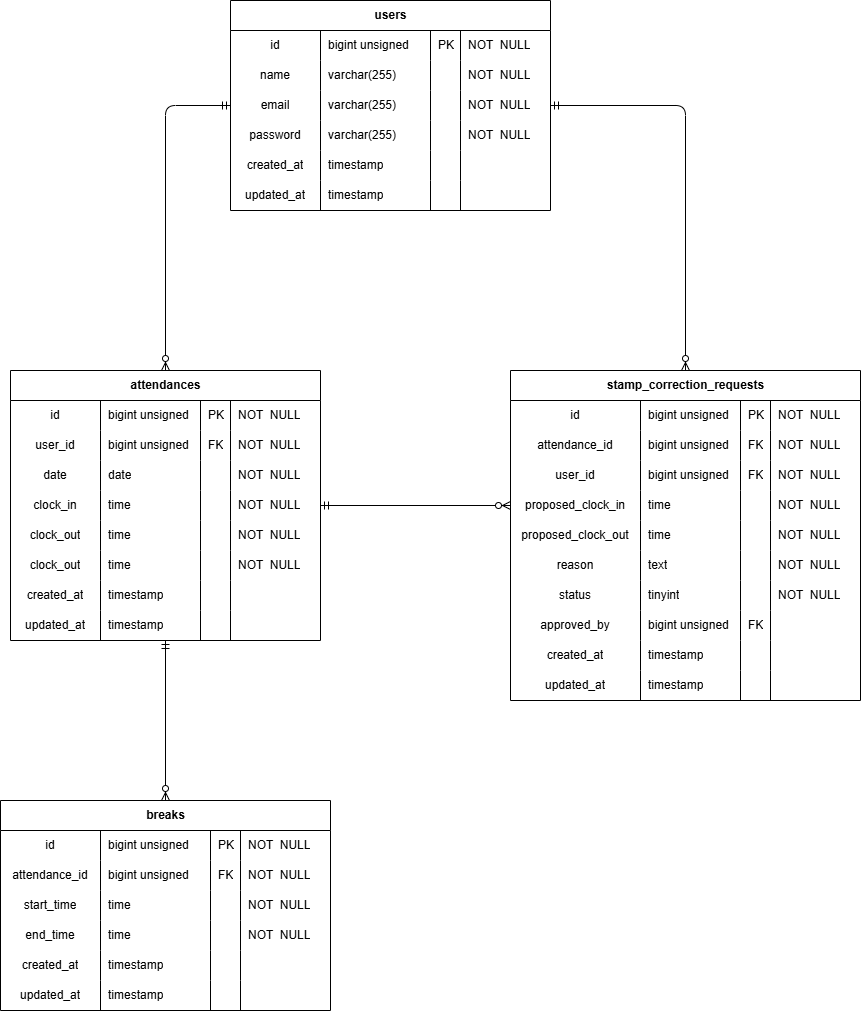
Above: .png in hatakeyamadan/attendance-app (draw.io), before the change. Source tidied: cells renumbered, new cells last; positions are measured from the earlier drawing's top-left corner, leaving out a move shared by most shapes.
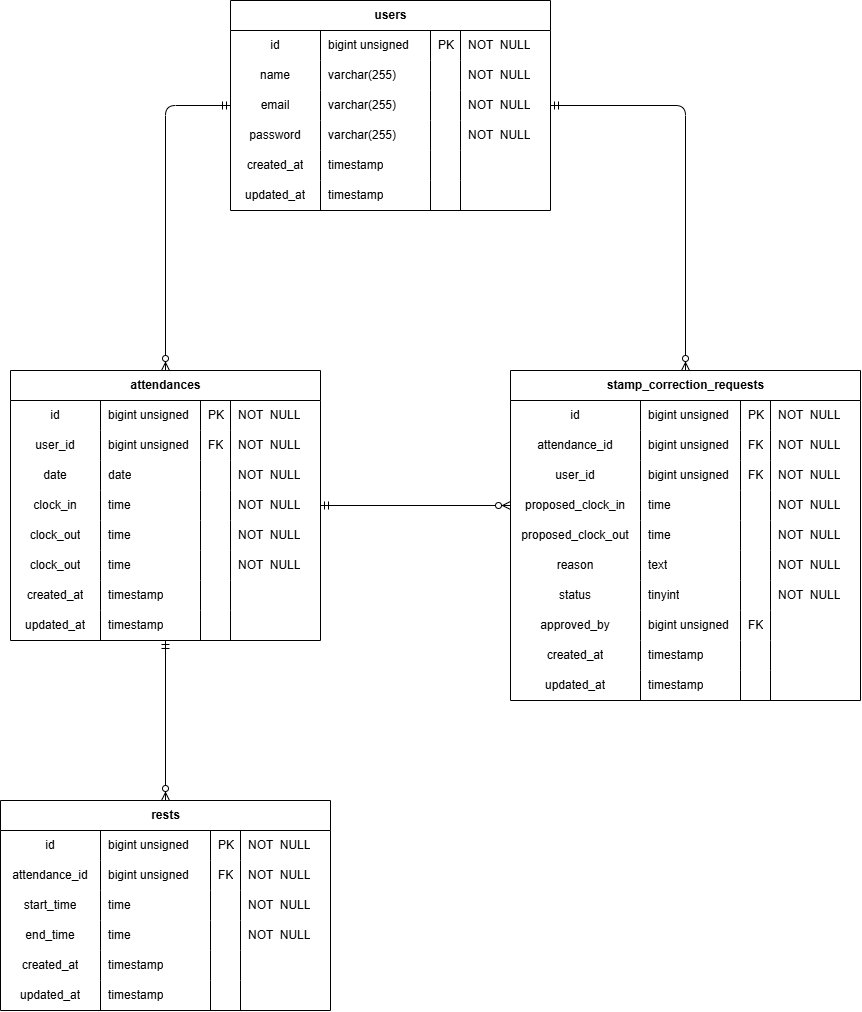
Later version of the same file.

The edit, as a diff of the source:
```diff
@@ -218,7 +218,7 @@
     <mxCell id="73" style="shape=partialRectangle;fillColor=none;top=0;left=0;bottom=0;right=0;align=left;spacingLeft=6;overflow=hidden;whiteSpace=wrap;html=1;" parent="69" vertex="1">
       <mxGeometry x="220" width="90" height="30" as="geometry" />
     </mxCell>
-    <mxCell id="74" value="breaks" style="shape=table;startSize=30;rowLines=0;fontStyle=1;align=center;html=1;" parent="1" vertex="1">
+    <mxCell id="74" value="rests" style="shape=table;startSize=30;rowLines=0;fontStyle=1;align=center;html=1;" parent="1" vertex="1">
       <mxGeometry y="800" width="330" height="210" as="geometry" />
     </mxCell>
     <mxCell id="75" style="shape=tableRow;horizontal=0;startSize=0;swimlaneHead=0;swimlaneBody=0;fillColor=none;top=0;left=0;right=0;bottom=0;" parent="74" vertex="1">
```
